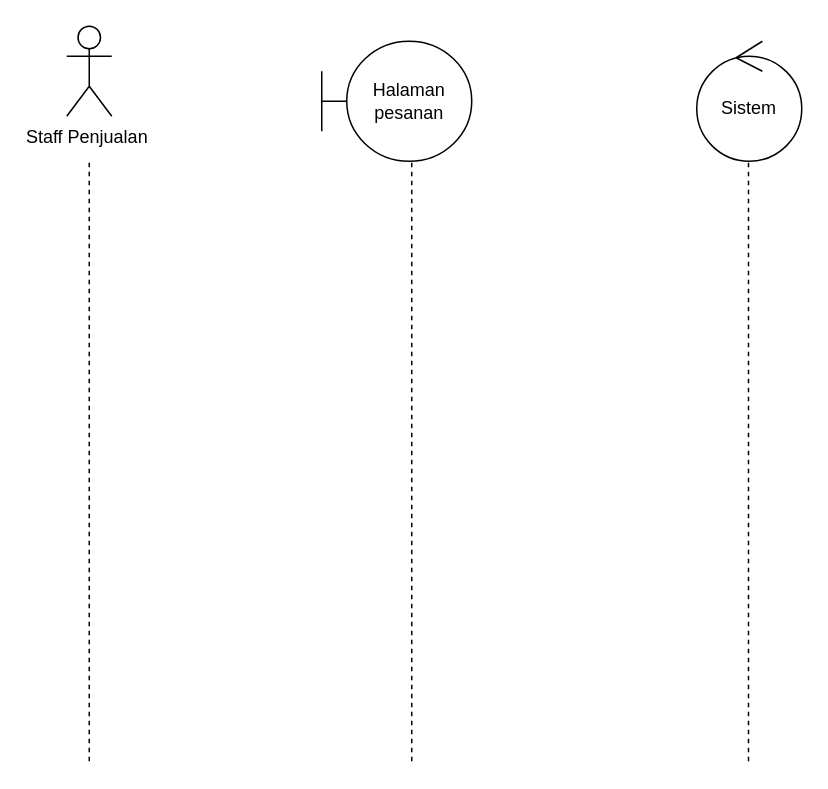
This is page "Page-3" (3 of 4) of diagram hungkul/Untitled Diagram.drawio from AriqFaridzki/SE-UTS-2023, a draw.io file, before an edit. Source tidied: cells renumbered, new cells numbered last; positions are measured from the earlier drawing's top-left corner, leaving out a move shared by most shapes. Both pictures are drawn from the tidied source at 150%, with x=0, y=0 at pixel (66, 26).
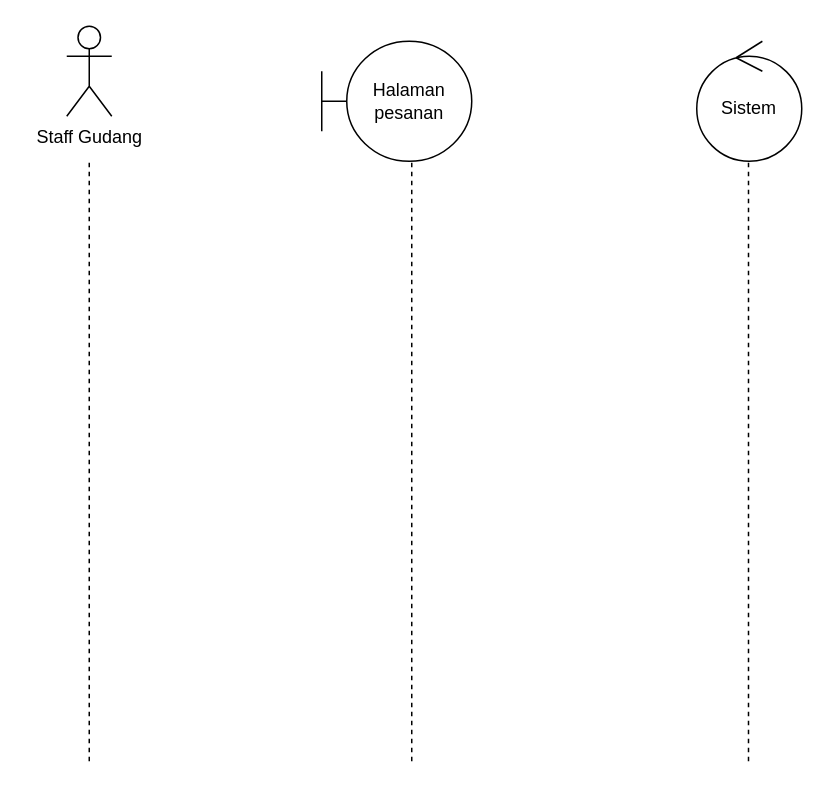
The same page after the edit.

Change to the diagram source:
```diff
@@
 <mxGraphModel>
   <root>
     <mxCell id="0" />
     <mxCell id="1" parent="0" />
-    <mxCell id="2" value="Staff Penjualan&amp;nbsp;" style="shape=umlActor;verticalLabelPosition=bottom;verticalAlign=top;html=1;" parent="1" vertex="1">
+    <mxCell id="2" value="Staff Gudang" style="shape=umlActor;verticalLabelPosition=bottom;verticalAlign=top;html=1;" parent="1" vertex="1">
       <mxGeometry width="30" height="60" as="geometry" />
     </mxCell>
     <mxCell id="3" value="Halaman pesanan" style="shape=umlBoundary;whiteSpace=wrap;html=1;" parent="1" vertex="1">
       <mxGeometry x="170" y="10" width="100" height="80" as="geometry" />
     </mxCell>
     <mxCell id="4" value="Sistem" style="ellipse;shape=umlControl;whiteSpace=wrap;html=1;" parent="1" vertex="1">
       <mxGeometry x="420" y="10" width="70" height="80" as="geometry" />
     </mxCell>
     <mxCell id="5" style="endArrow=none;dashed=1;html=1;rounded=0;" parent="1" edge="1">
       <mxGeometry relative="1" as="geometry">
         <mxPoint x="15" y="490" as="sourcePoint" />
         <mxPoint x="15" y="90" as="targetPoint" />
       </mxGeometry>
     </mxCell>
     <mxCell id="6" style="endArrow=none;dashed=1;html=1;rounded=0;" parent="1" edge="1">
       <mxGeometry relative="1" as="geometry">
         <mxPoint x="230" y="490" as="sourcePoint" />
         <mxPoint x="230" y="90" as="targetPoint" />
       </mxGeometry>
     </mxCell>
     <mxCell id="7" style="endArrow=none;dashed=1;html=1;rounded=0;" parent="1" edge="1">
       <mxGeometry relative="1" as="geometry">
         <mxPoint x="454.5" y="490" as="sourcePoint" />
         <mxPoint x="454.5" y="90" as="targetPoint" />
       </mxGeometry>
     </mxCell>
   </root>
 </mxGraphModel>
```
